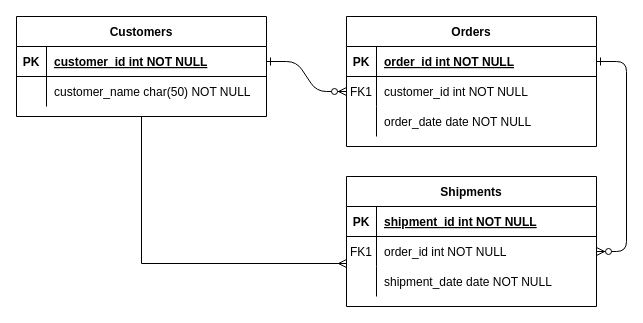
Above: Untitled Diagram.drawio in ilhan-muzamir/random-poli-repo (draw.io), before the change. Source tidied: cells renumbered, new cells numbered last; positions are measured from the earlier drawing's top-left corner, leaving out a move shared by most shapes. Both pictures are drawn from the tidied source at 100%, with x=0, y=0 at pixel (16, 16).
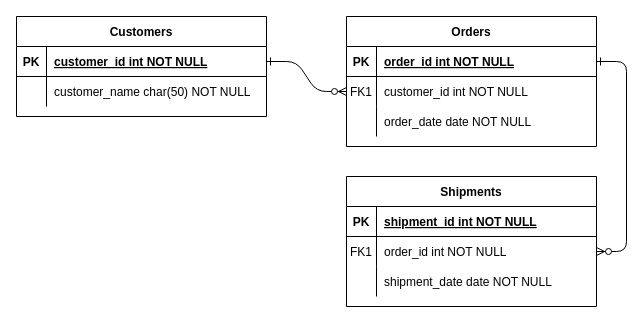
The same page after the edit.

Commit message:
database-question-2

Unchanged cells that the change refers to:
```xml
<mxCell id="21" style="shape=partialRectangle;fillColor=none;points=[[0,0.5],[1,0.5]];portConstraint=eastwest;top=0;left=0;right=0;bottom=0;" parent="14" vertex="1">
  <mxGeometry y="90" width="250" height="30" as="geometry" />
</mxCell>
<mxCell id="25" value="Customers" style="shape=table;startSize=30;childLayout=tableLayout;rowLines=0;fontStyle=1;align=center;" parent="1" vertex="1">
  <mxGeometry width="250" height="100" as="geometry" />
</mxCell>
```

The edit, as a diff of the source:
```diff
@@
-    <mxCell id="24" style="edgeStyle=orthogonalEdgeStyle;rounded=0;jettySize=auto;html=1;entryX=0;entryY=-0.1;entryDx=0;entryDy=0;entryPerimeter=0;endArrow=ERmany;endFill=0;" parent="1" edge="1" source="25" target="21">
-      <mxGeometry relative="1" as="geometry" />
-    </mxCell>
```
